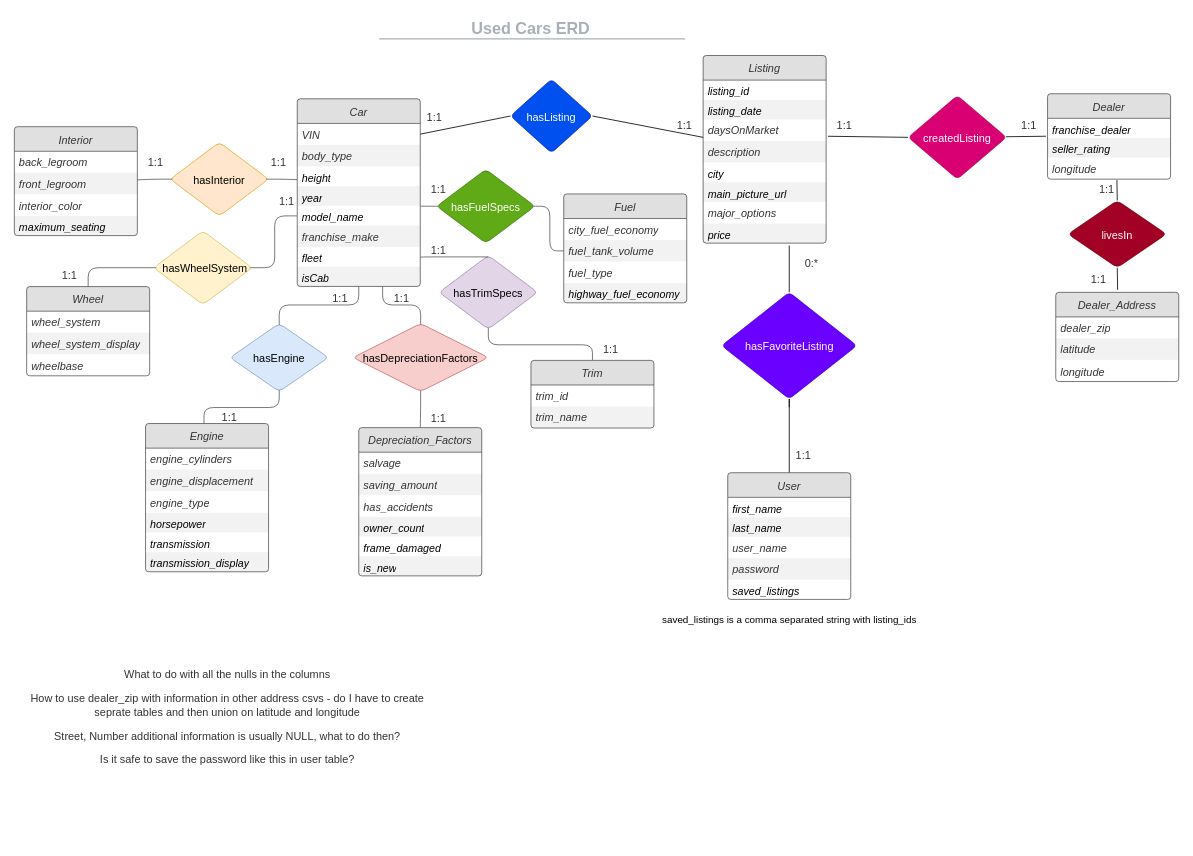
The draw.io diagram ERD/ERD1.drawio in abmfocus4/UsedCars-db, before the edit. Source tidied: cells renumbered, new cells numbered last; positions are measured from the earlier drawing's top-left corner, leaving out a move shared by most shapes. Both pictures are drawn from the tidied source at 82%, with x=0, y=0 at pixel (14, 14).
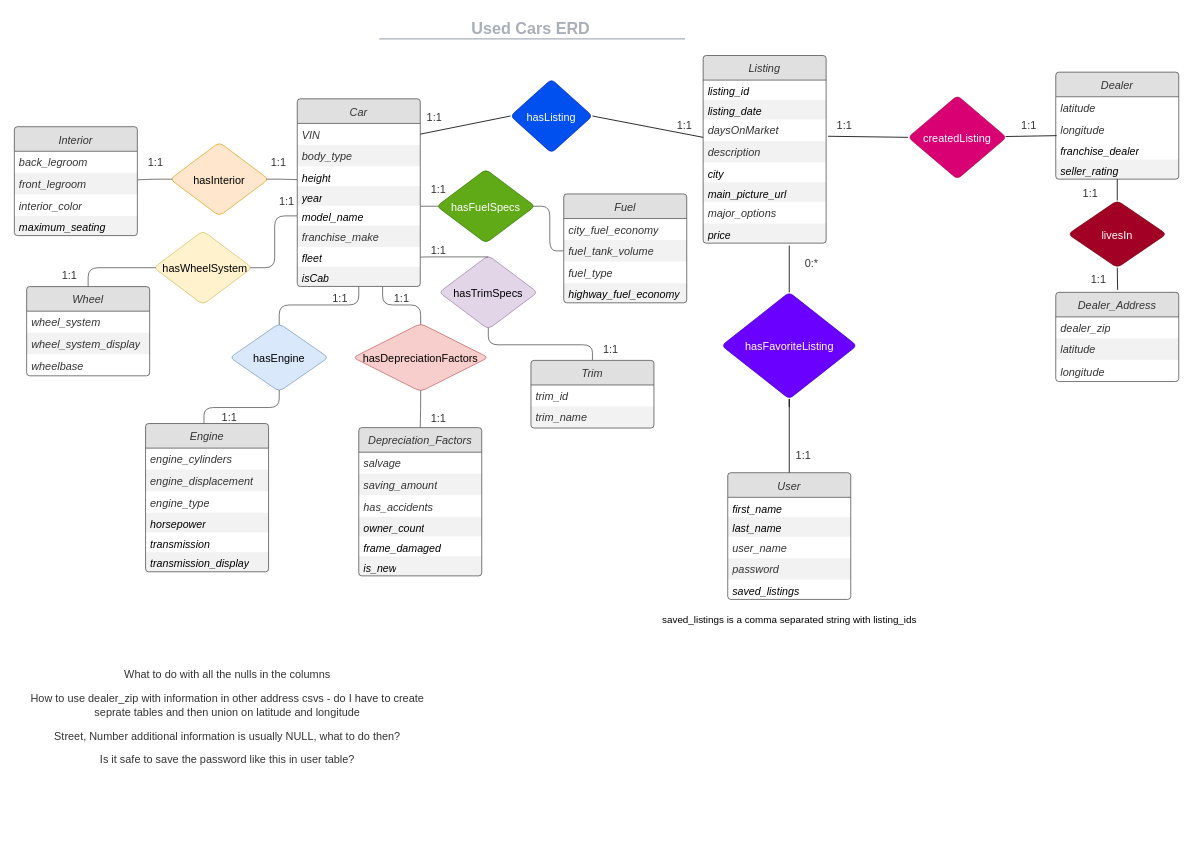
Above is the later version.

Commit message:
fk in dealer updated - ERD1

Unchanged cells that the change refers to:
```xml
<mxCell id="112" value="createdListing" style="html=1;overflow=block;blockSpacing=1;whiteSpace=wrap;rhombus;whiteSpace=wrap;fontSize=13.3;fontColor=#ffffff;align=center;spacingLeft=8.4;spacingRight=8.4;spacingTop=2.4;spacing=3.8;strokeColor=#A50040;strokeOpacity=100;fillOpacity=100;rounded=1;absoluteArcSize=1;arcSize=12;fillColor=#d80073;strokeWidth=0.8;" parent="1" vertex="1">
  <mxGeometry x="1090" y="99" width="120" height="102" as="geometry" />
</mxCell>
<mxCell id="117" value="livesIn" style="html=1;overflow=block;blockSpacing=1;whiteSpace=wrap;rhombus;whiteSpace=wrap;fontSize=13.3;fontColor=#ffffff;align=center;spacingLeft=8.4;spacingRight=8.4;spacingTop=2.4;spacing=3.8;strokeColor=#6F0000;strokeOpacity=100;fillOpacity=100;rounded=1;absoluteArcSize=1;arcSize=12;fillColor=#a20025;strokeWidth=0.8;" parent="1" vertex="1">
  <mxGeometry x="1285" y="227" width="120" height="82" as="geometry" />
</mxCell>
```

Change to the diagram source:
```diff
@@
     <mxCell id="59" value="Dealer" style="html=1;overflow=block;blockSpacing=1;whiteSpace=wrap;swimlane;horizontal=1;fontStyle=0;swimlaneFillColor=#ffffff;startSize=30;whiteSpace=wrap;fontSize=13.3;fontColor=#333333;fontStyle=2;align=center;spacingLeft=8.4;spacingRight=8.4;spacingTop=2.4;whiteSpace=wrap;fontFamily=Helvetica;spacing=3.6;strokeColor=#333333;strokeOpacity=100;fillOpacity=100;rounded=1;absoluteArcSize=1;arcSize=7.5;fillColor=#ffffff;strokeWidth=0.8;fillColor=#e0e0e0;" parent="1" vertex="1">
-      <mxGeometry x="1260" y="96.8" width="150" height="104.2" as="geometry" />
+      <mxGeometry x="1270" y="70.5" width="150" height="130.5" as="geometry" />
     </mxCell>
+    <mxCell id="122" value="latitude&lt;br&gt;" style="strokeColor=none;align=left;verticalAlign=top;spacingLeft=4;spacingRight=4;overflow=hidden;html=1;whiteSpace=wrap;swimlaneFillColor=#ffffff;fontSize=13.3;fontColor=#333333;fontStyle=2;fillColor=none;strokeOpacity=100;fillOpacity=100;" parent="59" vertex="1">
+      <mxGeometry y="30" width="150" height="26.2" as="geometry" />
+    </mxCell>
+    <mxCell id="62" value="longitude" style="strokeColor=none;align=left;verticalAlign=top;spacingLeft=4;spacingRight=4;overflow=hidden;points=[[0,0.5],[1,0.5]];portConstraint=eastwest;html=1;whiteSpace=wrap;swimlaneFillColor=#ffffff;fontSize=13.3;fontColor=#333333;fontStyle=2;fillColor=none;strokeOpacity=100;fillOpacity=100;" parent="59" vertex="1">
+      <mxGeometry y="56.2" width="150" height="26.2" as="geometry" />
+    </mxCell>
     <mxCell id="60" value="franchise_dealer" style="strokeColor=none;align=left;verticalAlign=top;spacingLeft=4;spacingRight=4;overflow=hidden;points=[[0,0.5],[1,0.5]];portConstraint=eastwest;html=1;whiteSpace=wrap;swimlaneFillColor=#ffffff;fontSize=13;fontStyle=2;fillColor=none;strokeOpacity=100;fillOpacity=100;" parent="59" vertex="1">
-      <mxGeometry y="30" width="150" height="24" as="geometry" />
+      <mxGeometry y="82.5" width="150" height="24" as="geometry" />
     </mxCell>
     <mxCell id="61" value="seller_rating" style="strokeColor=none;align=left;verticalAlign=top;spacingLeft=4;spacingRight=4;overflow=hidden;html=1;whiteSpace=wrap;swimlaneFillColor=#ffffff;fontSize=13;fontStyle=2;fillColor=#000000;opacity=5;" parent="59" vertex="1">
-      <mxGeometry y="54" width="150" height="24" as="geometry" />
+      <mxGeometry y="106.5" width="150" height="24" as="geometry" />
     </mxCell>
-    <mxCell id="62" value="longitude" style="strokeColor=none;align=left;verticalAlign=top;spacingLeft=4;spacingRight=4;overflow=hidden;points=[[0,0.5],[1,0.5]];portConstraint=eastwest;html=1;whiteSpace=wrap;swimlaneFillColor=#ffffff;fontSize=13.3;fontColor=#333333;fontStyle=2;fillColor=none;strokeOpacity=100;fillOpacity=100;" parent="59" vertex="1">
-      <mxGeometry y="78" width="150" height="26.2" as="geometry" />
-    </mxCell>
@@
-    <mxCell id="110" style="edgeStyle=none;rounded=0;jettySize=auto;html=1;entryX=-0.013;entryY=0.91;entryDx=0;entryDy=0;entryPerimeter=0;endArrow=none;endFill=0;" parent="1" edge="1" source="112" target="60">
+    <mxCell id="110" style="edgeStyle=none;rounded=0;jettySize=auto;html=1;entryX=0.007;entryY=0.81;entryDx=0;entryDy=0;entryPerimeter=0;endArrow=none;endFill=0;" parent="1" edge="1" source="112" target="62">
       <mxGeometry relative="1" as="geometry" />
     </mxCell>
@@
-    <mxCell id="115" style="edgeStyle=none;rounded=0;jettySize=auto;html=1;exitX=0.5;exitY=0;exitDx=0;exitDy=0;entryX=0.564;entryY=1.042;entryDx=0;entryDy=0;entryPerimeter=0;endArrow=none;endFill=0;" parent="1" edge="1" source="117" target="62">
-      <mxGeometry relative="1" as="geometry" />
-    </mxCell>
@@
+    <mxCell id="123" style="edgeStyle=orthogonalEdgeStyle;rounded=0;jettySize=auto;html=1;exitX=0.5;exitY=0;exitDx=0;exitDy=0;entryX=0.5;entryY=1;entryDx=0;entryDy=0;endArrow=none;endFill=0;" parent="1" edge="1" source="117" target="59">
+      <mxGeometry relative="1" as="geometry" />
+    </mxCell>
@@
-    <mxCell id="118" value="1:1" style="html=1;overflow=block;blockSpacing=1;whiteSpace=wrap;whiteSpace=wrap;fontSize=13.3;fontColor=#333333;align=center;spacingLeft=8.4;spacingRight=8.4;spacingTop=2.4;spacing=3.8;strokeOpacity=0;fillOpacity=0;rounded=1;absoluteArcSize=1;arcSize=12;fillColor=#ffffff;strokeWidth=0.8;" parent="1" vertex="1">
-      <mxGeometry x="1310" y="189" width="45" height="45" as="geometry" />
-    </mxCell>
@@
+    <mxCell id="118" value="1:1" style="html=1;overflow=block;blockSpacing=1;whiteSpace=wrap;whiteSpace=wrap;fontSize=13.3;fontColor=#333333;align=center;spacingLeft=8.4;spacingRight=8.4;spacingTop=2.4;spacing=3.8;strokeOpacity=0;fillOpacity=0;rounded=1;absoluteArcSize=1;arcSize=12;fillColor=#ffffff;strokeWidth=0.8;" parent="1" vertex="1">
+      <mxGeometry x="1290" y="194.9" width="45" height="45" as="geometry" />
+    </mxCell>
```
